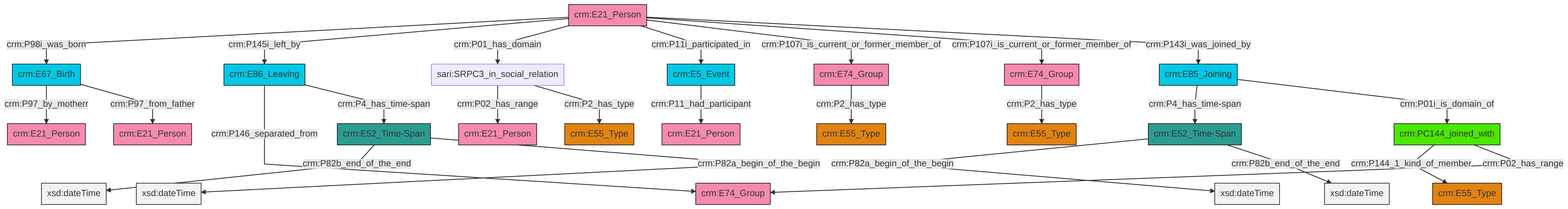
Before: et/personCSV/ttl/mmd/png/Person_Actor_Relations.png, a diagram exported from Mermaid (swiss-art-research-net/reference-data-models). Its source is kept beside it as et/personCSV/ttl/mmd/Person_Actor_Relations.ttl.mmd.
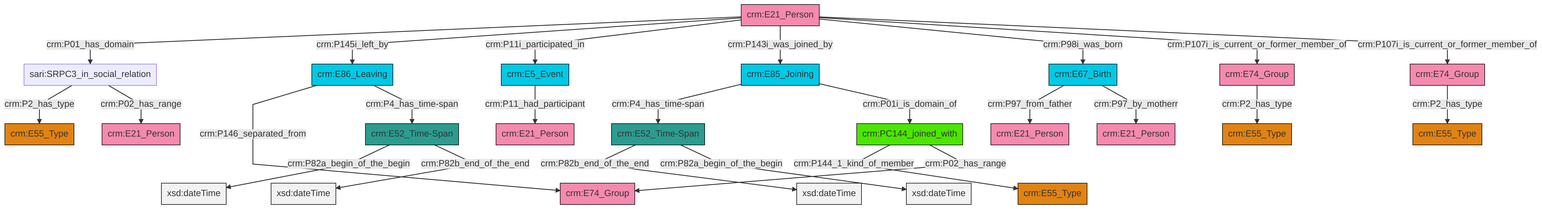
Later version of the same file.

Change to the diagram source:
```diff
@@ -13,27 +13,27 @@
 classDef PC_Classes fill:#4ce600, stroke:#000000;
 classDef Multi fill:#cccccc,stroke:#000000;
 
-0["crm:E74_Group"]:::Actor -->|crm:P2_has_type| 1["crm:E55_Type"]:::Type
-7["crm:PC144_joined_with"]:::PC_Classes -->|crm:P144_1_kind_of_member| 8["crm:E55_Type"]:::Type
-11["crm:E21_Person"]:::Actor -->|crm:P98i_was_born| 12["crm:E67_Birth"]:::Temporal_Entity
-5["crm:E52_Time-Span"]:::Time-Span -->|crm:P82b_end_of_the_end| 14[xsd:dateTime]:::Literal
-17["crm:E85_Joining"]:::Temporal_Entity -->|crm:P4_has_time-span| 9["crm:E52_Time-Span"]:::Time-Span
-19["sari:SRPC3_in_social_relation"]:::Default -->|crm:P02_has_range| 20["crm:E21_Person"]:::Actor
-12["crm:E67_Birth"]:::Temporal_Entity -->|crm:P97_by_motherr| 15["crm:E21_Person"]:::Actor
-12["crm:E67_Birth"]:::Temporal_Entity -->|crm:P97_from_father| 25["crm:E21_Person"]:::Actor
-11["crm:E21_Person"]:::Actor -->|crm:P145i_left_by| 26["crm:E86_Leaving"]:::Temporal_Entity
-26["crm:E86_Leaving"]:::Temporal_Entity -->|crm:P146_separated_from| 27["crm:E74_Group"]:::Actor
-11["crm:E21_Person"]:::Actor -->|crm:P01_has_domain| 19["sari:SRPC3_in_social_relation"]:::Default
-19["sari:SRPC3_in_social_relation"]:::Default -->|crm:P2_has_type| 3["crm:E55_Type"]:::Type
-9["crm:E52_Time-Span"]:::Time-Span -->|crm:P82a_begin_of_the_begin| 32[xsd:dateTime]:::Literal
-11["crm:E21_Person"]:::Actor -->|crm:P11i_participated_in| 34["crm:E5_Event"]:::Temporal_Entity
-34["crm:E5_Event"]:::Temporal_Entity -->|crm:P11_had_participant| 21["crm:E21_Person"]:::Actor
-9["crm:E52_Time-Span"]:::Time-Span -->|crm:P82b_end_of_the_end| 35[xsd:dateTime]:::Literal
-7["crm:PC144_joined_with"]:::PC_Classes -->|crm:P02_has_range| 27["crm:E74_Group"]:::Actor
-39["crm:E74_Group"]:::Actor -->|crm:P2_has_type| 23["crm:E55_Type"]:::Type
-5["crm:E52_Time-Span"]:::Time-Span -->|crm:P82a_begin_of_the_begin| 41[xsd:dateTime]:::Literal
-11["crm:E21_Person"]:::Actor -->|crm:P107i_is_current_or_former_member_of| 0["crm:E74_Group"]:::Actor
-17["crm:E85_Joining"]:::Temporal_Entity -->|crm:P01i_is_domain_of| 7["crm:PC144_joined_with"]:::PC_Classes
-11["crm:E21_Person"]:::Actor -->|crm:P107i_is_current_or_former_member_of| 39["crm:E74_Group"]:::Actor
-11["crm:E21_Person"]:::Actor -->|crm:P143i_was_joined_by| 17["crm:E85_Joining"]:::Temporal_Entity
-26["crm:E86_Leaving"]:::Temporal_Entity -->|crm:P4_has_time-span| 5["crm:E52_Time-Span"]:::Time-Span
+2["crm:E86_Leaving"]:::Temporal_Entity -->|crm:P146_separated_from| 3["crm:E74_Group"]:::Actor
+0["crm:E21_Person"]:::Actor -->|crm:P01_has_domain| 8["sari:SRPC3_in_social_relation"]:::Default
+11["crm:E67_Birth"]:::Temporal_Entity -->|crm:P97_from_father| 9["crm:E21_Person"]:::Actor
+12["crm:E52_Time-Span"]:::Time-Span -->|crm:P82b_end_of_the_end| 13[xsd:dateTime]:::Literal
+0["crm:E21_Person"]:::Actor -->|crm:P145i_left_by| 2["crm:E86_Leaving"]:::Temporal_Entity
+6["crm:PC144_joined_with"]:::PC_Classes -->|crm:P144_1_kind_of_member| 14["crm:E55_Type"]:::Type
+20["crm:E52_Time-Span"]:::Time-Span -->|crm:P82a_begin_of_the_begin| 21[xsd:dateTime]:::Literal
+22["crm:E74_Group"]:::Actor -->|crm:P2_has_type| 25["crm:E55_Type"]:::Type
+2["crm:E86_Leaving"]:::Temporal_Entity -->|crm:P4_has_time-span| 20["crm:E52_Time-Span"]:::Time-Span
+26["crm:E74_Group"]:::Actor -->|crm:P2_has_type| 16["crm:E55_Type"]:::Type
+27["crm:E85_Joining"]:::Temporal_Entity -->|crm:P4_has_time-span| 12["crm:E52_Time-Span"]:::Time-Span
+12["crm:E52_Time-Span"]:::Time-Span -->|crm:P82a_begin_of_the_begin| 31[xsd:dateTime]:::Literal
+8["sari:SRPC3_in_social_relation"]:::Default -->|crm:P2_has_type| 32["crm:E55_Type"]:::Type
+11["crm:E67_Birth"]:::Temporal_Entity -->|crm:P97_by_motherr| 18["crm:E21_Person"]:::Actor
+20["crm:E52_Time-Span"]:::Time-Span -->|crm:P82b_end_of_the_end| 35[xsd:dateTime]:::Literal
+0["crm:E21_Person"]:::Actor -->|crm:P11i_participated_in| 38["crm:E5_Event"]:::Temporal_Entity
+0["crm:E21_Person"]:::Actor -->|crm:P143i_was_joined_by| 27["crm:E85_Joining"]:::Temporal_Entity
+0["crm:E21_Person"]:::Actor -->|crm:P98i_was_born| 11["crm:E67_Birth"]:::Temporal_Entity
+0["crm:E21_Person"]:::Actor -->|crm:P107i_is_current_or_former_member_of| 22["crm:E74_Group"]:::Actor
+27["crm:E85_Joining"]:::Temporal_Entity -->|crm:P01i_is_domain_of| 6["crm:PC144_joined_with"]:::PC_Classes
+0["crm:E21_Person"]:::Actor -->|crm:P107i_is_current_or_former_member_of| 26["crm:E74_Group"]:::Actor
+6["crm:PC144_joined_with"]:::PC_Classes -->|crm:P02_has_range| 3["crm:E74_Group"]:::Actor
+8["sari:SRPC3_in_social_relation"]:::Default -->|crm:P02_has_range| 40["crm:E21_Person"]:::Actor
+38["crm:E5_Event"]:::Temporal_Entity -->|crm:P11_had_participant| 4["crm:E21_Person"]:::Actor
```
